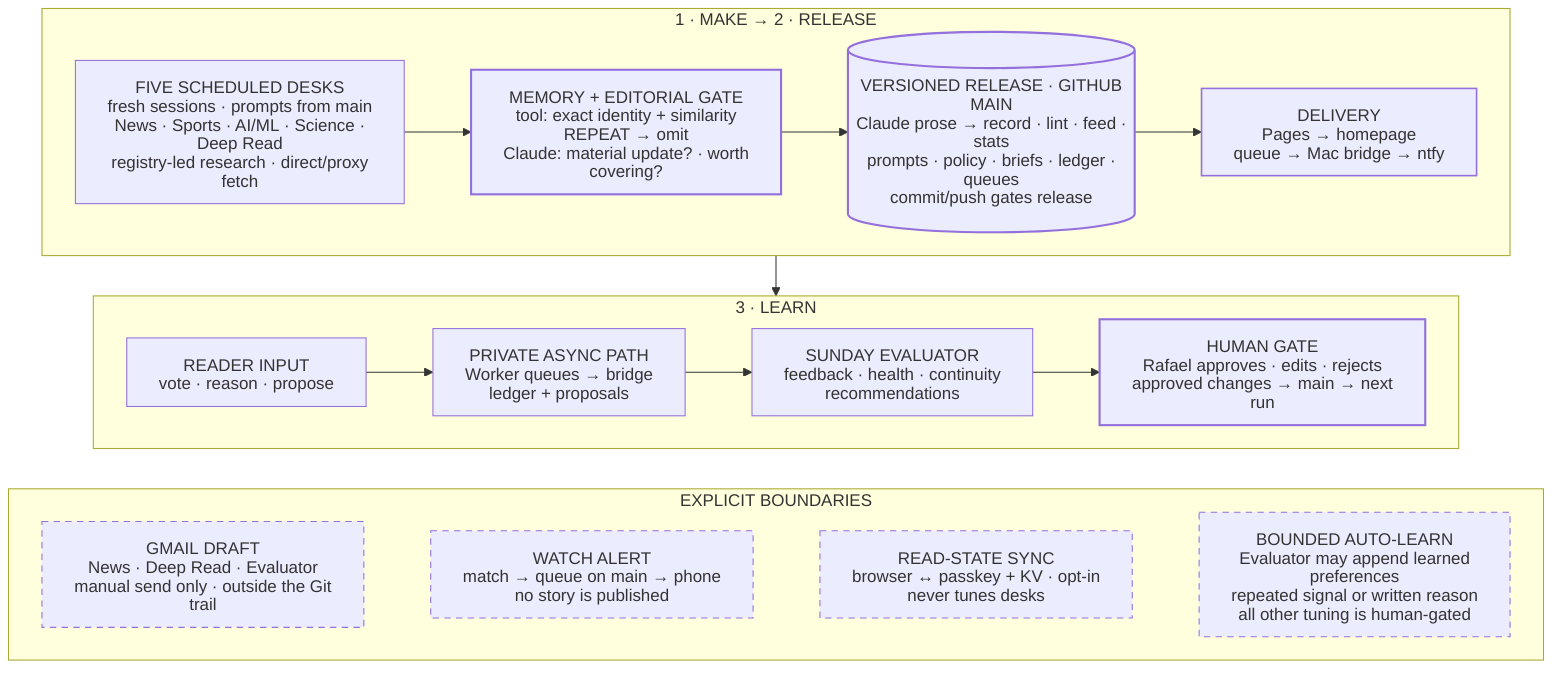
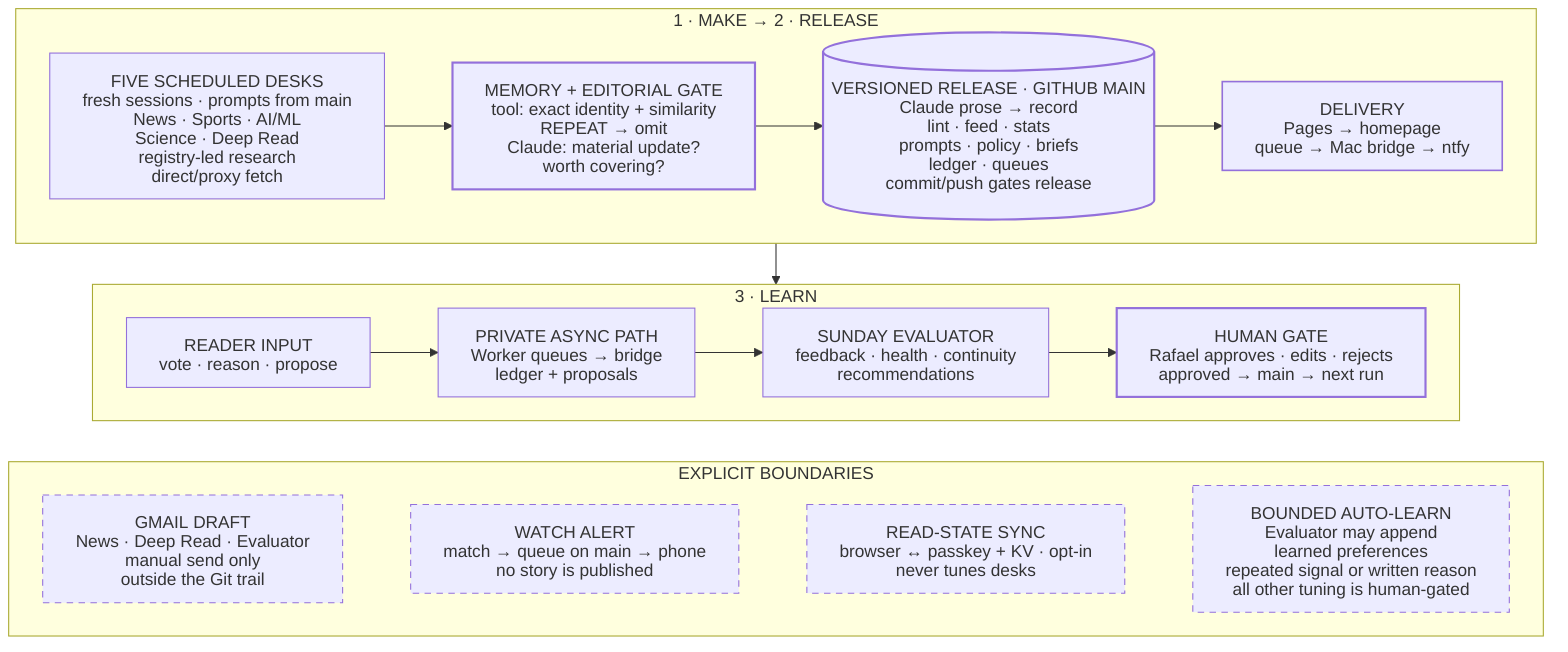
%% Public homepage architecture. Keep labels free of private IDs, secrets and implementation noise.
%% The generated SVG is the visual layer; _layouts/home.html carries the accessible reading order.
%% Generated SVGs add xml:space="preserve" to native text so leading tspan spaces survive.
- %%{init: {"htmlLabels":false,"flowchart":{"curve":"linear","nodeSpacing":24,"rankSpacing":38,"wrappingWidth":260}}}%%
+ %% Line breaks are EXPLICIT (wrappingWidth is a never-hit ceiling) — auto-wrap orphans single words.
+ %%{init: {"htmlLabels":false,"flowchart":{"curve":"linear","nodeSpacing":24,"rankSpacing":38,"wrappingWidth":420}}}%%
flowchart TB
  subgraph system["1 · MAKE → 2 · RELEASE"]
    direction LR
-     research["FIVE SCHEDULED DESKS<br/>fresh sessions · prompts from main<br/>News · Sports · AI/ML · Science · Deep Read<br/>registry-led research · direct/proxy fetch"]
-     memory["MEMORY + EDITORIAL GATE<br/>tool: exact identity + similarity<br/>REPEAT → omit<br/>Claude: material update? · worth covering?"]
-     main[("VERSIONED RELEASE · GITHUB MAIN<br/>Claude prose → record · lint · feed · stats<br/>prompts · policy · briefs · ledger · queues<br/>commit/push gates release")]
+     research["FIVE SCHEDULED DESKS<br/>fresh sessions · prompts from main<br/>News · Sports · AI/ML<br/>Science · Deep Read<br/>registry-led research<br/>direct/proxy fetch"]
+     memory["MEMORY + EDITORIAL GATE<br/>tool: exact identity + similarity<br/>REPEAT → omit<br/>Claude: material update?<br/>worth covering?"]
+     main[("VERSIONED RELEASE · GITHUB MAIN<br/>Claude prose → record<br/>lint · feed · stats<br/>prompts · policy · briefs<br/>ledger · queues<br/>commit/push gates release")]
    delivery["DELIVERY<br/>Pages → homepage<br/>queue → Mac bridge → ntfy"]

    research --> memory --> main --> delivery
  end

  subgraph learn["3 · LEARN"]
    direction LR
    reader["READER INPUT<br/>vote · reason · propose"]
    worker["PRIVATE ASYNC PATH<br/>Worker queues → bridge<br/>ledger + proposals"]
    evaluator["SUNDAY EVALUATOR<br/>feedback · health · continuity<br/>recommendations"]
-     gate["HUMAN GATE<br/>Rafael approves · edits · rejects<br/>approved changes → main → next run"]
+     gate["HUMAN GATE<br/>Rafael approves · edits · rejects<br/>approved → main → next run"]

    reader --> worker --> evaluator --> gate
  end

  delivery --> reader

  subgraph boundaries["EXPLICIT BOUNDARIES"]
    direction LR
-     gmail["GMAIL DRAFT<br/>News · Deep Read · Evaluator<br/>manual send only · outside the Git trail"]
+     gmail["GMAIL DRAFT<br/>News · Deep Read · Evaluator<br/>manual send only<br/>outside the Git trail"]
    watch["WATCH ALERT<br/>match → queue on main → phone<br/>no story is published"]
    sync["READ-STATE SYNC<br/>browser ↔ passkey + KV · opt-in<br/>never tunes desks"]
-     exception["BOUNDED AUTO-LEARN<br/>Evaluator may append learned preferences<br/>repeated signal or written reason<br/>all other tuning is human-gated"]
+     exception["BOUNDED AUTO-LEARN<br/>Evaluator may append<br/>learned preferences<br/>repeated signal or written reason<br/>all other tuning is human-gated"]
    gmail ~~~ watch ~~~ sync ~~~ exception
  end

  gate ~~~ gmail

  class memory,main control;
  class gate human;
  class gmail,watch,sync,exception boundary;
  class delivery output;
  classDef control stroke-width:2px;
  classDef human stroke-width:2px;
  classDef boundary stroke-dasharray:6 5;
  classDef output stroke-width:1.5px;
